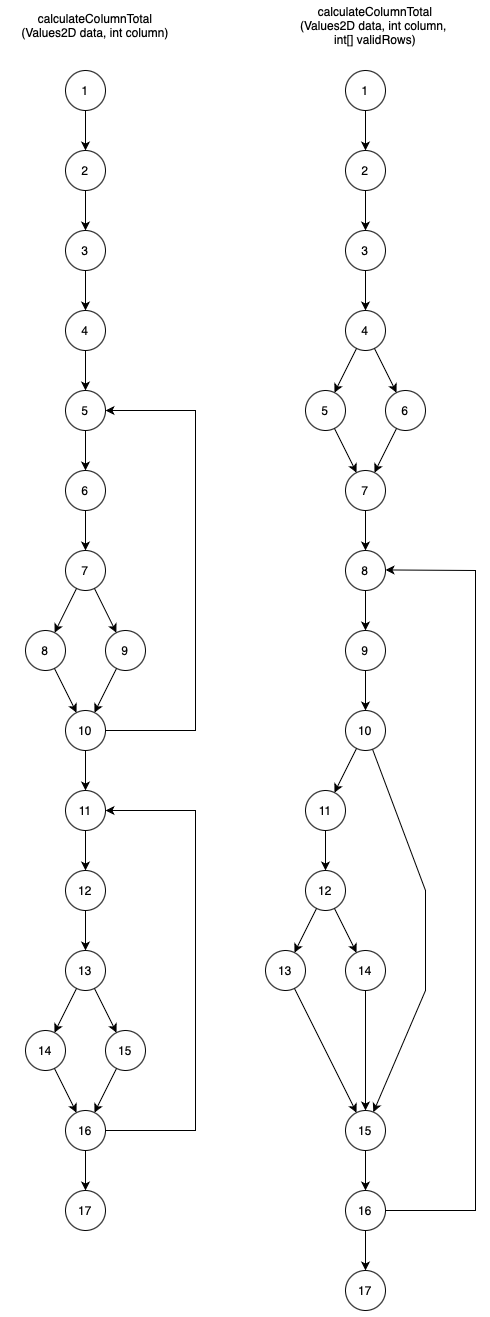
This is assets/calculateColumnTotal.png from seng637-Winter/seng637-a3-ESDiep, a draw.io export, as it was before one commit. Source tidied: cells renumbered, new cells last; positions are measured from the earlier drawing's top-left corner, leaving out a move shared by most shapes. Its diagram source:
```xml
<mxGraphModel>
  <root>
    <mxCell id="0" />
    <mxCell id="1" parent="0" />
    <mxCell id="2" value="1" style="ellipse;whiteSpace=wrap;html=1;" parent="1" vertex="1">
      <mxGeometry x="60" y="60" width="40" height="40" as="geometry" />
    </mxCell>
    <mxCell id="3" value="2" style="ellipse;whiteSpace=wrap;html=1;" parent="1" vertex="1">
      <mxGeometry x="60" y="140" width="40" height="40" as="geometry" />
    </mxCell>
    <mxCell id="4" value="3" style="ellipse;whiteSpace=wrap;html=1;" parent="1" vertex="1">
      <mxGeometry x="60" y="220" width="40" height="40" as="geometry" />
    </mxCell>
    <mxCell id="5" value="4" style="ellipse;whiteSpace=wrap;html=1;" parent="1" vertex="1">
      <mxGeometry x="60" y="300" width="40" height="40" as="geometry" />
    </mxCell>
    <mxCell id="6" value="5" style="ellipse;whiteSpace=wrap;html=1;" parent="1" vertex="1">
      <mxGeometry x="60" y="380" width="40" height="40" as="geometry" />
    </mxCell>
    <mxCell id="7" value="6" style="ellipse;whiteSpace=wrap;html=1;" parent="1" vertex="1">
      <mxGeometry x="60" y="460" width="40" height="40" as="geometry" />
    </mxCell>
    <mxCell id="8" value="7" style="ellipse;whiteSpace=wrap;html=1;" parent="1" vertex="1">
      <mxGeometry x="60" y="540" width="40" height="40" as="geometry" />
    </mxCell>
    <mxCell id="9" value="8" style="ellipse;whiteSpace=wrap;html=1;" parent="1" vertex="1">
      <mxGeometry x="20" y="620" width="40" height="40" as="geometry" />
    </mxCell>
    <mxCell id="10" value="9" style="ellipse;whiteSpace=wrap;html=1;" parent="1" vertex="1">
      <mxGeometry x="100" y="620" width="40" height="40" as="geometry" />
    </mxCell>
    <mxCell id="11" style="endArrow=classic;html=1;rounded=0;" parent="1" edge="1" source="8" target="10">
      <mxGeometry relative="1" as="geometry" />
    </mxCell>
    <mxCell id="12" style="endArrow=classic;html=1;rounded=0;" parent="1" edge="1" source="8" target="9">
      <mxGeometry relative="1" as="geometry" />
    </mxCell>
    <mxCell id="13" style="endArrow=classic;html=1;rounded=0;" parent="1" edge="1" source="3" target="4">
      <mxGeometry relative="1" as="geometry" />
    </mxCell>
    <mxCell id="14" style="endArrow=classic;html=1;rounded=0;" parent="1" edge="1" source="4" target="5">
      <mxGeometry relative="1" as="geometry" />
    </mxCell>
    <mxCell id="15" style="endArrow=classic;html=1;rounded=0;" parent="1" edge="1" source="2" target="3">
      <mxGeometry relative="1" as="geometry" />
    </mxCell>
    <mxCell id="16" style="endArrow=classic;html=1;rounded=0;" parent="1" edge="1" source="5" target="6">
      <mxGeometry relative="1" as="geometry" />
    </mxCell>
    <mxCell id="17" style="endArrow=classic;html=1;rounded=0;" parent="1" edge="1" source="6" target="7">
      <mxGeometry relative="1" as="geometry" />
    </mxCell>
    <mxCell id="18" style="endArrow=classic;html=1;rounded=0;" parent="1" edge="1" source="7" target="8">
      <mxGeometry relative="1" as="geometry" />
    </mxCell>
    <mxCell id="19" style="endArrow=classic;html=1;rounded=0;" parent="1" edge="1" source="10" target="21">
      <mxGeometry relative="1" as="geometry" />
    </mxCell>
    <mxCell id="20" style="endArrow=classic;html=1;rounded=0;" parent="1" edge="1" source="9" target="21">
      <mxGeometry relative="1" as="geometry" />
    </mxCell>
    <mxCell id="21" value="10" style="ellipse;whiteSpace=wrap;html=1;" parent="1" vertex="1">
      <mxGeometry x="60" y="700" width="40" height="40" as="geometry" />
    </mxCell>
    <mxCell id="22" style="endArrow=classic;html=1;rounded=0;" parent="1" edge="1" source="21" target="6">
      <mxGeometry relative="1" as="geometry">
        <Array as="points">
          <mxPoint x="190" y="720" />
          <mxPoint x="190" y="400" />
        </Array>
      </mxGeometry>
    </mxCell>
    <mxCell id="23" value="11" style="ellipse;whiteSpace=wrap;html=1;" parent="1" vertex="1">
      <mxGeometry x="60" y="780" width="40" height="40" as="geometry" />
    </mxCell>
    <mxCell id="24" value="12" style="ellipse;whiteSpace=wrap;html=1;" parent="1" vertex="1">
      <mxGeometry x="60" y="860" width="40" height="40" as="geometry" />
    </mxCell>
    <mxCell id="25" value="13" style="ellipse;whiteSpace=wrap;html=1;" parent="1" vertex="1">
      <mxGeometry x="60" y="940" width="40" height="40" as="geometry" />
    </mxCell>
    <mxCell id="26" value="14" style="ellipse;whiteSpace=wrap;html=1;" parent="1" vertex="1">
      <mxGeometry x="20" y="1020" width="40" height="40" as="geometry" />
    </mxCell>
    <mxCell id="27" value="15" style="ellipse;whiteSpace=wrap;html=1;" parent="1" vertex="1">
      <mxGeometry x="100" y="1020" width="40" height="40" as="geometry" />
    </mxCell>
    <mxCell id="28" style="endArrow=classic;html=1;rounded=0;" parent="1" edge="1" source="25" target="27">
      <mxGeometry relative="1" as="geometry" />
    </mxCell>
    <mxCell id="29" style="endArrow=classic;html=1;rounded=0;" parent="1" edge="1" source="25" target="26">
      <mxGeometry relative="1" as="geometry" />
    </mxCell>
    <mxCell id="30" style="endArrow=classic;html=1;rounded=0;" parent="1" edge="1" source="23" target="24">
      <mxGeometry relative="1" as="geometry" />
    </mxCell>
    <mxCell id="31" style="endArrow=classic;html=1;rounded=0;" parent="1" edge="1" source="24" target="25">
      <mxGeometry relative="1" as="geometry" />
    </mxCell>
    <mxCell id="32" style="endArrow=classic;html=1;rounded=0;" parent="1" edge="1" source="27" target="34">
      <mxGeometry relative="1" as="geometry" />
    </mxCell>
    <mxCell id="33" style="endArrow=classic;html=1;rounded=0;" parent="1" edge="1" source="26" target="34">
      <mxGeometry relative="1" as="geometry" />
    </mxCell>
    <mxCell id="34" value="16" style="ellipse;whiteSpace=wrap;html=1;" parent="1" vertex="1">
      <mxGeometry x="60" y="1100" width="40" height="40" as="geometry" />
    </mxCell>
    <mxCell id="35" style="endArrow=classic;html=1;rounded=0;" parent="1" edge="1" source="34" target="23">
      <mxGeometry relative="1" as="geometry">
        <Array as="points">
          <mxPoint x="190" y="1120" />
          <mxPoint x="190" y="800" />
        </Array>
      </mxGeometry>
    </mxCell>
    <mxCell id="36" style="endArrow=classic;html=1;rounded=0;" parent="1" edge="1" source="21" target="23">
      <mxGeometry relative="1" as="geometry" />
    </mxCell>
    <mxCell id="37" value="17" style="ellipse;whiteSpace=wrap;html=1;" parent="1" vertex="1">
      <mxGeometry x="60" y="1180" width="40" height="40" as="geometry" />
    </mxCell>
    <mxCell id="38" style="endArrow=classic;html=1;rounded=0;" parent="1" edge="1" source="34" target="37">
      <mxGeometry relative="1" as="geometry" />
    </mxCell>
    <mxCell id="39" value="calculateColumnTotal&lt;div&gt;(Values2D data, int column)&lt;/div&gt;" style="text;html=1;align=center;verticalAlign=middle;whiteSpace=wrap;rounded=0;" parent="1" vertex="1">
      <mxGeometry width="180" height="30" as="geometry" />
    </mxCell>
    <mxCell id="40" value="1" style="ellipse;whiteSpace=wrap;html=1;" parent="1" vertex="1">
      <mxGeometry x="340" y="60" width="40" height="40" as="geometry" />
    </mxCell>
    <mxCell id="41" value="2" style="ellipse;whiteSpace=wrap;html=1;" parent="1" vertex="1">
      <mxGeometry x="340" y="140" width="40" height="40" as="geometry" />
    </mxCell>
    <mxCell id="42" value="3" style="ellipse;whiteSpace=wrap;html=1;" parent="1" vertex="1">
      <mxGeometry x="340" y="220" width="40" height="40" as="geometry" />
    </mxCell>
    <mxCell id="43" value="4" style="ellipse;whiteSpace=wrap;html=1;" parent="1" vertex="1">
      <mxGeometry x="340" y="300" width="40" height="40" as="geometry" />
    </mxCell>
    <mxCell id="44" value="6" style="ellipse;whiteSpace=wrap;html=1;" parent="1" vertex="1">
      <mxGeometry x="380" y="380" width="40" height="40" as="geometry" />
    </mxCell>
    <mxCell id="45" value="5" style="ellipse;whiteSpace=wrap;html=1;" parent="1" vertex="1">
      <mxGeometry x="300" y="380" width="40" height="40" as="geometry" />
    </mxCell>
    <mxCell id="46" value="7" style="ellipse;whiteSpace=wrap;html=1;" parent="1" vertex="1">
      <mxGeometry x="340" y="460" width="40" height="40" as="geometry" />
    </mxCell>
    <mxCell id="47" value="8" style="ellipse;whiteSpace=wrap;html=1;" parent="1" vertex="1">
      <mxGeometry x="340" y="540" width="40" height="40" as="geometry" />
    </mxCell>
    <mxCell id="48" style="endArrow=classic;html=1;rounded=0;" parent="1" edge="1" source="46" target="47">
      <mxGeometry relative="1" as="geometry" />
    </mxCell>
    <mxCell id="49" style="endArrow=classic;html=1;rounded=0;" parent="1" edge="1" source="41" target="42">
      <mxGeometry relative="1" as="geometry" />
    </mxCell>
    <mxCell id="50" style="endArrow=classic;html=1;rounded=0;" parent="1" edge="1" source="42" target="43">
      <mxGeometry relative="1" as="geometry" />
    </mxCell>
    <mxCell id="51" style="endArrow=classic;html=1;rounded=0;" parent="1" edge="1" source="40" target="41">
      <mxGeometry relative="1" as="geometry" />
    </mxCell>
    <mxCell id="52" style="endArrow=classic;html=1;rounded=0;" parent="1" edge="1" source="43" target="44">
      <mxGeometry relative="1" as="geometry" />
    </mxCell>
    <mxCell id="53" style="endArrow=classic;html=1;rounded=0;" parent="1" edge="1" source="45" target="46">
      <mxGeometry relative="1" as="geometry" />
    </mxCell>
    <mxCell id="54" style="endArrow=classic;html=1;rounded=0;" parent="1" edge="1" source="57" target="67">
      <mxGeometry relative="1" as="geometry">
        <Array as="points">
          <mxPoint x="420" y="880" />
          <mxPoint x="420" y="980" />
        </Array>
      </mxGeometry>
    </mxCell>
    <mxCell id="55" style="endArrow=classic;html=1;rounded=0;" parent="1" edge="1" source="47" target="56">
      <mxGeometry relative="1" as="geometry" />
    </mxCell>
    <mxCell id="56" value="9" style="ellipse;whiteSpace=wrap;html=1;" parent="1" vertex="1">
      <mxGeometry x="340" y="620" width="40" height="40" as="geometry" />
    </mxCell>
    <mxCell id="57" value="10" style="ellipse;whiteSpace=wrap;html=1;" parent="1" vertex="1">
      <mxGeometry x="340" y="700" width="40" height="40" as="geometry" />
    </mxCell>
    <mxCell id="58" value="11" style="ellipse;whiteSpace=wrap;html=1;" parent="1" vertex="1">
      <mxGeometry x="300" y="780" width="40" height="40" as="geometry" />
    </mxCell>
    <mxCell id="59" value="12" style="ellipse;whiteSpace=wrap;html=1;" parent="1" vertex="1">
      <mxGeometry x="300" y="860" width="40" height="40" as="geometry" />
    </mxCell>
    <mxCell id="60" value="13" style="ellipse;whiteSpace=wrap;html=1;" parent="1" vertex="1">
      <mxGeometry x="260" y="940" width="40" height="40" as="geometry" />
    </mxCell>
    <mxCell id="61" value="14" style="ellipse;whiteSpace=wrap;html=1;" parent="1" vertex="1">
      <mxGeometry x="340" y="940" width="40" height="40" as="geometry" />
    </mxCell>
    <mxCell id="62" style="endArrow=classic;html=1;rounded=0;" parent="1" edge="1" source="59" target="60">
      <mxGeometry relative="1" as="geometry" />
    </mxCell>
    <mxCell id="63" style="endArrow=classic;html=1;rounded=0;" parent="1" edge="1" source="57" target="58">
      <mxGeometry relative="1" as="geometry" />
    </mxCell>
    <mxCell id="64" style="endArrow=classic;html=1;rounded=0;" parent="1" edge="1" source="58" target="59">
      <mxGeometry relative="1" as="geometry" />
    </mxCell>
    <mxCell id="65" style="endArrow=classic;html=1;rounded=0;" parent="1" edge="1" source="61" target="67">
      <mxGeometry relative="1" as="geometry" />
    </mxCell>
    <mxCell id="66" style="endArrow=classic;html=1;rounded=0;" parent="1" edge="1" source="60" target="67">
      <mxGeometry relative="1" as="geometry" />
    </mxCell>
    <mxCell id="67" value="15" style="ellipse;whiteSpace=wrap;html=1;" parent="1" vertex="1">
      <mxGeometry x="340" y="1100" width="40" height="40" as="geometry" />
    </mxCell>
    <mxCell id="68" style="endArrow=classic;html=1;rounded=0;" parent="1" edge="1" source="70" target="47">
      <mxGeometry relative="1" as="geometry">
        <Array as="points">
          <mxPoint x="470" y="1200" />
          <mxPoint x="470" y="560" />
        </Array>
      </mxGeometry>
    </mxCell>
    <mxCell id="69" style="endArrow=classic;html=1;rounded=0;" parent="1" edge="1" source="56" target="57">
      <mxGeometry relative="1" as="geometry" />
    </mxCell>
    <mxCell id="70" value="16" style="ellipse;whiteSpace=wrap;html=1;" parent="1" vertex="1">
      <mxGeometry x="340" y="1180" width="40" height="40" as="geometry" />
    </mxCell>
    <mxCell id="71" style="endArrow=classic;html=1;rounded=0;" parent="1" edge="1" source="67" target="70">
      <mxGeometry relative="1" as="geometry" />
    </mxCell>
    <mxCell id="72" value="calculateColumnTotal&lt;div&gt;(Values2D data, int column,&amp;nbsp;&lt;/div&gt;&lt;div&gt;int[] validRows)&lt;br&gt;&lt;/div&gt;" style="text;html=1;align=center;verticalAlign=middle;whiteSpace=wrap;rounded=0;" parent="1" vertex="1">
      <mxGeometry x="280" width="180" height="30" as="geometry" />
    </mxCell>
    <mxCell id="73" style="endArrow=classic;html=1;rounded=0;" parent="1" edge="1" source="43" target="45">
      <mxGeometry relative="1" as="geometry" />
    </mxCell>
    <mxCell id="74" style="endArrow=classic;html=1;rounded=0;" parent="1" edge="1" source="44" target="46">
      <mxGeometry relative="1" as="geometry" />
    </mxCell>
    <mxCell id="75" style="endArrow=classic;html=1;rounded=0;" parent="1" edge="1" source="59" target="61">
      <mxGeometry relative="1" as="geometry" />
    </mxCell>
    <mxCell id="76" value="17" style="ellipse;whiteSpace=wrap;html=1;" parent="1" vertex="1">
      <mxGeometry x="340" y="1260" width="40" height="40" as="geometry" />
    </mxCell>
    <mxCell id="77" style="endArrow=classic;html=1;rounded=0;" parent="1" edge="1" source="70" target="76">
      <mxGeometry relative="1" as="geometry" />
    </mxCell>
  </root>
</mxGraphModel>
```
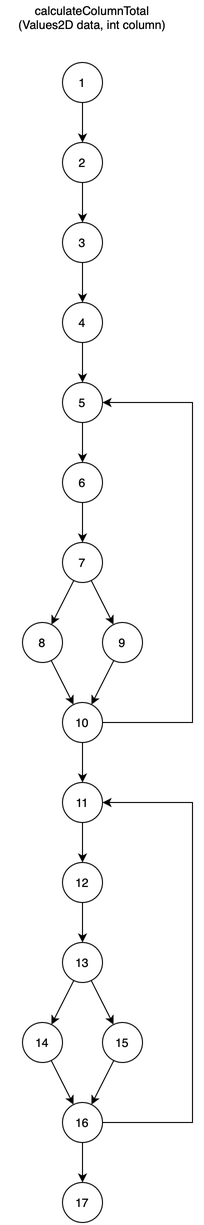
After the commit.

Change to the diagram source:
```diff
@@ -126,129 +126,5 @@
     <mxCell id="39" value="calculateColumnTotal&lt;div&gt;(Values2D data, int column)&lt;/div&gt;" style="text;html=1;align=center;verticalAlign=middle;whiteSpace=wrap;rounded=0;" parent="1" vertex="1">
       <mxGeometry width="180" height="30" as="geometry" />
     </mxCell>
-    <mxCell id="40" value="1" style="ellipse;whiteSpace=wrap;html=1;" parent="1" vertex="1">
-      <mxGeometry x="340" y="60" width="40" height="40" as="geometry" />
-    </mxCell>
-    <mxCell id="41" value="2" style="ellipse;whiteSpace=wrap;html=1;" parent="1" vertex="1">
-      <mxGeometry x="340" y="140" width="40" height="40" as="geometry" />
-    </mxCell>
-    <mxCell id="42" value="3" style="ellipse;whiteSpace=wrap;html=1;" parent="1" vertex="1">
-      <mxGeometry x="340" y="220" width="40" height="40" as="geometry" />
-    </mxCell>
-    <mxCell id="43" value="4" style="ellipse;whiteSpace=wrap;html=1;" parent="1" vertex="1">
-      <mxGeometry x="340" y="300" width="40" height="40" as="geometry" />
-    </mxCell>
-    <mxCell id="44" value="6" style="ellipse;whiteSpace=wrap;html=1;" parent="1" vertex="1">
-      <mxGeometry x="380" y="380" width="40" height="40" as="geometry" />
-    </mxCell>
-    <mxCell id="45" value="5" style="ellipse;whiteSpace=wrap;html=1;" parent="1" vertex="1">
-      <mxGeometry x="300" y="380" width="40" height="40" as="geometry" />
-    </mxCell>
-    <mxCell id="46" value="7" style="ellipse;whiteSpace=wrap;html=1;" parent="1" vertex="1">
-      <mxGeometry x="340" y="460" width="40" height="40" as="geometry" />
-    </mxCell>
-    <mxCell id="47" value="8" style="ellipse;whiteSpace=wrap;html=1;" parent="1" vertex="1">
-      <mxGeometry x="340" y="540" width="40" height="40" as="geometry" />
-    </mxCell>
-    <mxCell id="48" style="endArrow=classic;html=1;rounded=0;" parent="1" edge="1" source="46" target="47">
-      <mxGeometry relative="1" as="geometry" />
-    </mxCell>
-    <mxCell id="49" style="endArrow=classic;html=1;rounded=0;" parent="1" edge="1" source="41" target="42">
-      <mxGeometry relative="1" as="geometry" />
-    </mxCell>
-    <mxCell id="50" style="endArrow=classic;html=1;rounded=0;" parent="1" edge="1" source="42" target="43">
-      <mxGeometry relative="1" as="geometry" />
-    </mxCell>
-    <mxCell id="51" style="endArrow=classic;html=1;rounded=0;" parent="1" edge="1" source="40" target="41">
-      <mxGeometry relative="1" as="geometry" />
-    </mxCell>
-    <mxCell id="52" style="endArrow=classic;html=1;rounded=0;" parent="1" edge="1" source="43" target="44">
-      <mxGeometry relative="1" as="geometry" />
-    </mxCell>
-    <mxCell id="53" style="endArrow=classic;html=1;rounded=0;" parent="1" edge="1" source="45" target="46">
-      <mxGeometry relative="1" as="geometry" />
-    </mxCell>
-    <mxCell id="54" style="endArrow=classic;html=1;rounded=0;" parent="1" edge="1" source="57" target="67">
-      <mxGeometry relative="1" as="geometry">
-        <Array as="points">
-          <mxPoint x="420" y="880" />
-          <mxPoint x="420" y="980" />
-        </Array>
-      </mxGeometry>
-    </mxCell>
-    <mxCell id="55" style="endArrow=classic;html=1;rounded=0;" parent="1" edge="1" source="47" target="56">
-      <mxGeometry relative="1" as="geometry" />
-    </mxCell>
-    <mxCell id="56" value="9" style="ellipse;whiteSpace=wrap;html=1;" parent="1" vertex="1">
-      <mxGeometry x="340" y="620" width="40" height="40" as="geometry" />
-    </mxCell>
-    <mxCell id="57" value="10" style="ellipse;whiteSpace=wrap;html=1;" parent="1" vertex="1">
-      <mxGeometry x="340" y="700" width="40" height="40" as="geometry" />
-    </mxCell>
-    <mxCell id="58" value="11" style="ellipse;whiteSpace=wrap;html=1;" parent="1" vertex="1">
-      <mxGeometry x="300" y="780" width="40" height="40" as="geometry" />
-    </mxCell>
-    <mxCell id="59" value="12" style="ellipse;whiteSpace=wrap;html=1;" parent="1" vertex="1">
-      <mxGeometry x="300" y="860" width="40" height="40" as="geometry" />
-    </mxCell>
-    <mxCell id="60" value="13" style="ellipse;whiteSpace=wrap;html=1;" parent="1" vertex="1">
-      <mxGeometry x="260" y="940" width="40" height="40" as="geometry" />
-    </mxCell>
-    <mxCell id="61" value="14" style="ellipse;whiteSpace=wrap;html=1;" parent="1" vertex="1">
-      <mxGeometry x="340" y="940" width="40" height="40" as="geometry" />
-    </mxCell>
-    <mxCell id="62" style="endArrow=classic;html=1;rounded=0;" parent="1" edge="1" source="59" target="60">
-      <mxGeometry relative="1" as="geometry" />
-    </mxCell>
-    <mxCell id="63" style="endArrow=classic;html=1;rounded=0;" parent="1" edge="1" source="57" target="58">
-      <mxGeometry relative="1" as="geometry" />
-    </mxCell>
-    <mxCell id="64" style="endArrow=classic;html=1;rounded=0;" parent="1" edge="1" source="58" target="59">
-      <mxGeometry relative="1" as="geometry" />
-    </mxCell>
-    <mxCell id="65" style="endArrow=classic;html=1;rounded=0;" parent="1" edge="1" source="61" target="67">
-      <mxGeometry relative="1" as="geometry" />
-    </mxCell>
-    <mxCell id="66" style="endArrow=classic;html=1;rounded=0;" parent="1" edge="1" source="60" target="67">
-      <mxGeometry relative="1" as="geometry" />
-    </mxCell>
-    <mxCell id="67" value="15" style="ellipse;whiteSpace=wrap;html=1;" parent="1" vertex="1">
-      <mxGeometry x="340" y="1100" width="40" height="40" as="geometry" />
-    </mxCell>
-    <mxCell id="68" style="endArrow=classic;html=1;rounded=0;" parent="1" edge="1" source="70" target="47">
-      <mxGeometry relative="1" as="geometry">
-        <Array as="points">
-          <mxPoint x="470" y="1200" />
-          <mxPoint x="470" y="560" />
-        </Array>
-      </mxGeometry>
-    </mxCell>
-    <mxCell id="69" style="endArrow=classic;html=1;rounded=0;" parent="1" edge="1" source="56" target="57">
-      <mxGeometry relative="1" as="geometry" />
-    </mxCell>
-    <mxCell id="70" value="16" style="ellipse;whiteSpace=wrap;html=1;" parent="1" vertex="1">
-      <mxGeometry x="340" y="1180" width="40" height="40" as="geometry" />
-    </mxCell>
-    <mxCell id="71" style="endArrow=classic;html=1;rounded=0;" parent="1" edge="1" source="67" target="70">
-      <mxGeometry relative="1" as="geometry" />
-    </mxCell>
-    <mxCell id="72" value="calculateColumnTotal&lt;div&gt;(Values2D data, int column,&amp;nbsp;&lt;/div&gt;&lt;div&gt;int[] validRows)&lt;br&gt;&lt;/div&gt;" style="text;html=1;align=center;verticalAlign=middle;whiteSpace=wrap;rounded=0;" parent="1" vertex="1">
-      <mxGeometry x="280" width="180" height="30" as="geometry" />
-    </mxCell>
-    <mxCell id="73" style="endArrow=classic;html=1;rounded=0;" parent="1" edge="1" source="43" target="45">
-      <mxGeometry relative="1" as="geometry" />
-    </mxCell>
-    <mxCell id="74" style="endArrow=classic;html=1;rounded=0;" parent="1" edge="1" source="44" target="46">
-      <mxGeometry relative="1" as="geometry" />
-    </mxCell>
-    <mxCell id="75" style="endArrow=classic;html=1;rounded=0;" parent="1" edge="1" source="59" target="61">
-      <mxGeometry relative="1" as="geometry" />
-    </mxCell>
-    <mxCell id="76" value="17" style="ellipse;whiteSpace=wrap;html=1;" parent="1" vertex="1">
-      <mxGeometry x="340" y="1260" width="40" height="40" as="geometry" />
-    </mxCell>
-    <mxCell id="77" style="endArrow=classic;html=1;rounded=0;" parent="1" edge="1" source="70" target="76">
-      <mxGeometry relative="1" as="geometry" />
-    </mxCell>
   </root>
 </mxGraphModel>
```
